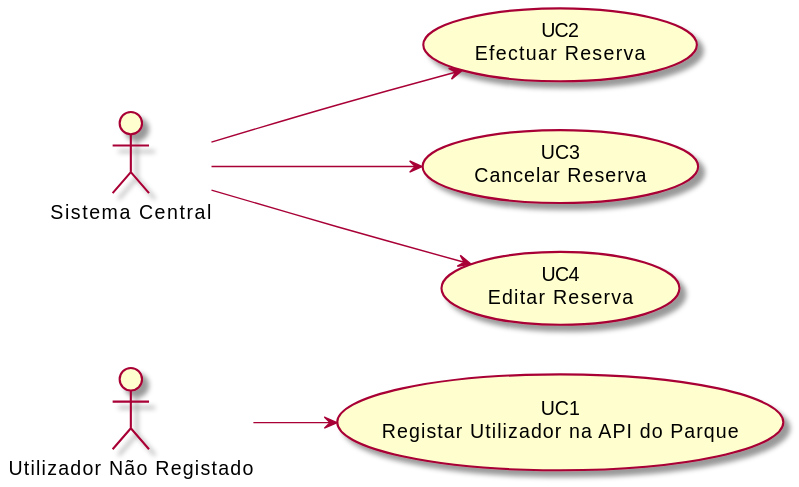
Above: Documentos/Sprint2/DUC/DUC.svg in UPskillDOTNET/Jakim-das-Coives-S.A. (PlantUML), before the change.
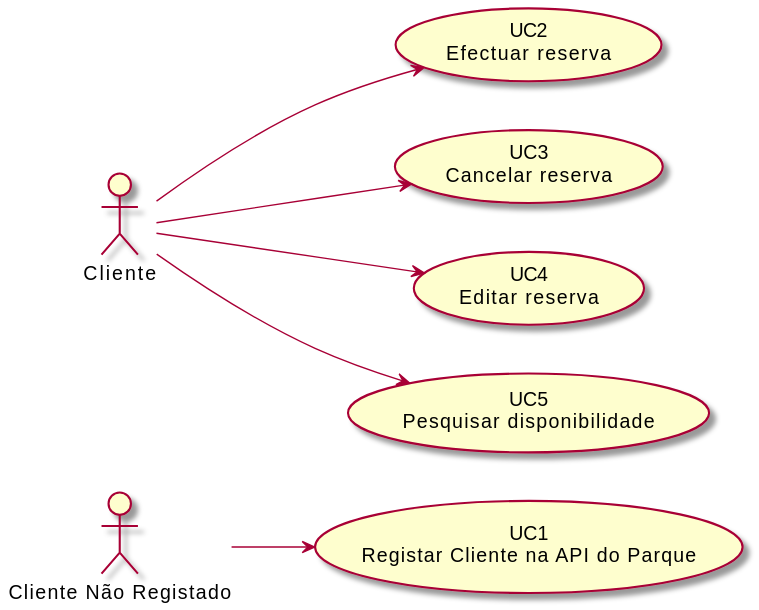
The same file after the commit.

The edit, as a diff of the source:
```diff
@@ -1,16 +1,18 @@
 @startuml
 left to right direction
 
-actor "Utilizador Não Registado" as unr
-actor "Sistema Central" as sc
+actor "Cliente Não Registado" as C
+actor "Cliente" as SC
 
-usecase "UC1\nRegistar Utilizador na API do Parque" as UC1
-usecase "UC2\nEfectuar Reserva" as UC2
-usecase "UC3\nCancelar Reserva" as UC3
-usecase "UC4\nEditar Reserva" as UC4
+usecase "UC1\nRegistar Cliente na API do Parque" as UC1
+usecase "UC2\nEfectuar reserva" as UC2
+usecase "UC3\nCancelar reserva" as UC3
+usecase "UC4\nEditar reserva" as UC4
+usecase "UC5\nPesquisar disponibilidade" as UC5
 
-unr--> UC1
-sc --> UC2
-sc --> UC3
-sc --> UC4
+C --> UC1
+SC --> UC2
+SC --> UC3
+SC --> UC4
+SC --> UC5
 @enduml
```
